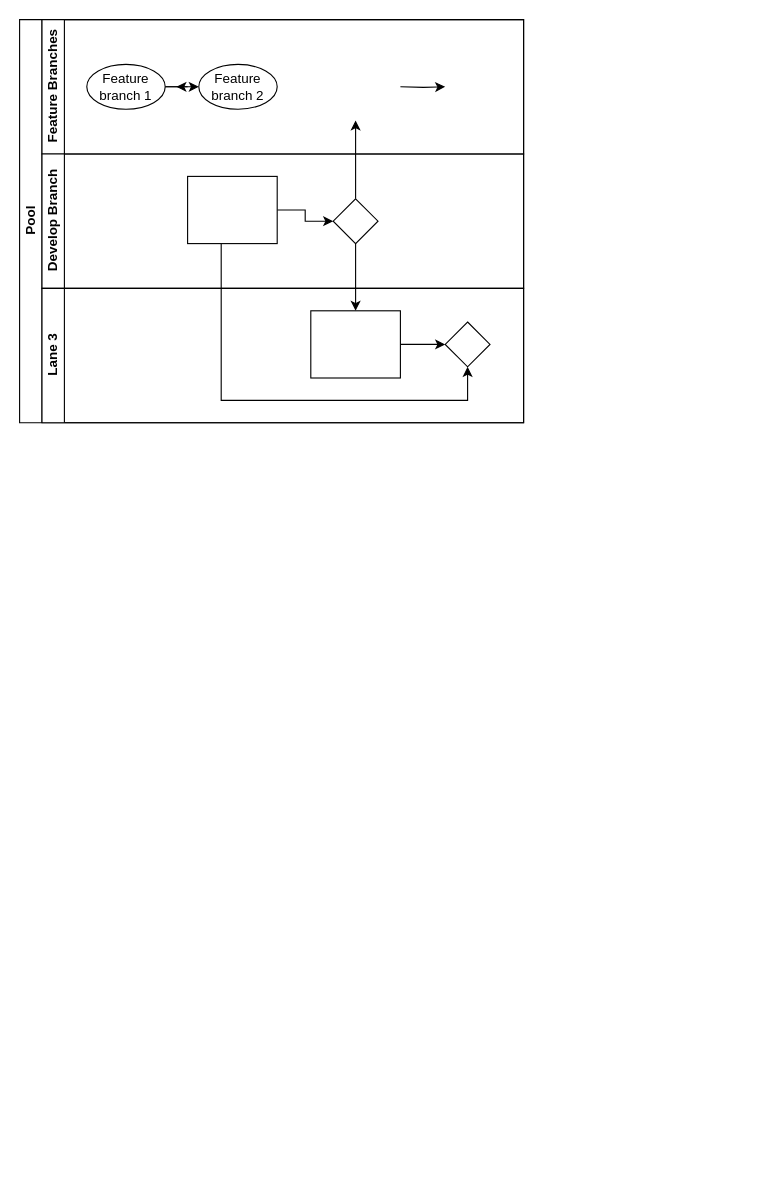
This is Untitled Diagram.drawio from rpesh2020/rpesh2020, a draw.io file, before an edit. Source tidied: cells renumbered, new cells numbered last; positions are measured from the earlier drawing's top-left corner, leaving out a move shared by most shapes. Both pictures are drawn from the tidied source at 112%, with x=0, y=0 at pixel (19, 19).
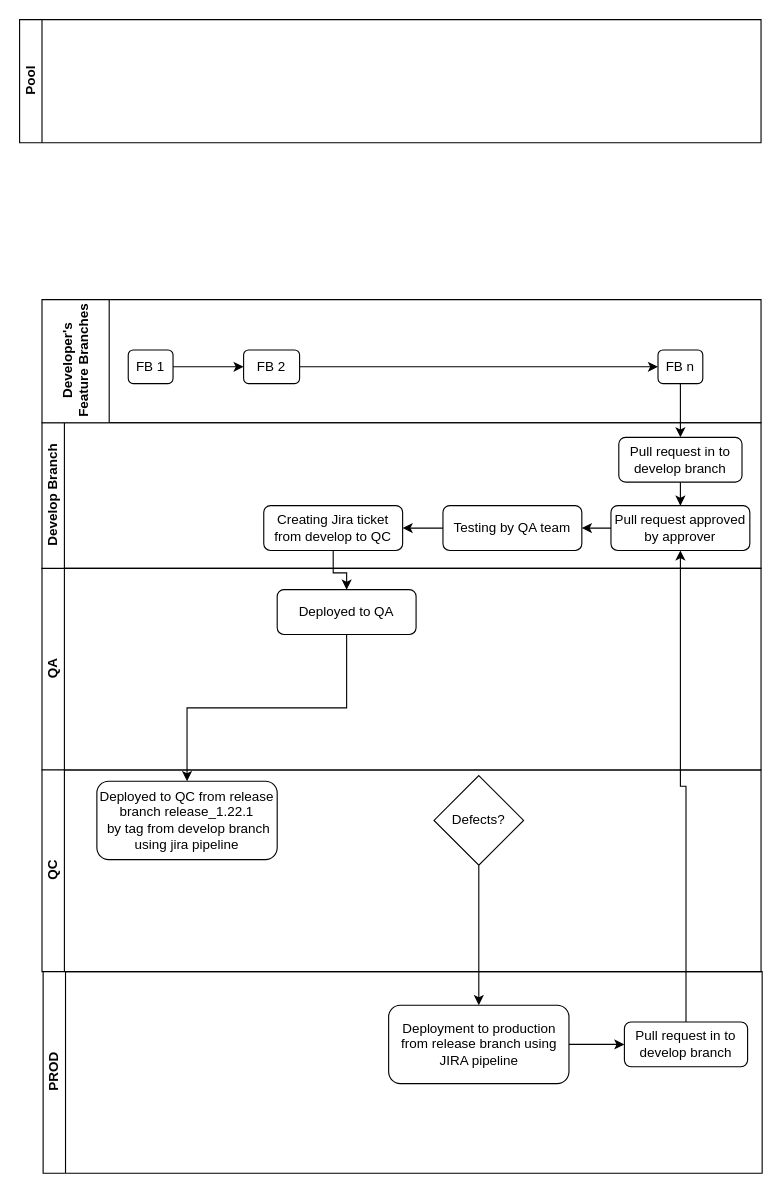
The same page after the edit.

Diff of the diagram source:
```diff
@@
     <mxCell id="2" value="Pool" style="swimlane;html=1;horizontal=0;startSize=20;" parent="1" vertex="1">
-      <mxGeometry width="450" height="360" as="geometry" />
+      <mxGeometry width="662" height="110" as="geometry" />
     </mxCell>
-    <mxCell id="3" style="edgeStyle=orthogonalEdgeStyle;rounded=0;jettySize=auto;html=1;endArrow=classic;endFill=1;" parent="2" edge="1" source="15">
-      <mxGeometry relative="1" as="geometry">
-        <mxPoint x="300" y="90" as="targetPoint" />
-      </mxGeometry>
-    </mxCell>
-    <mxCell id="4" style="edgeStyle=orthogonalEdgeStyle;rounded=0;jettySize=auto;html=1;endArrow=classic;endFill=1;" parent="2" edge="1" source="15" target="18">
-      <mxGeometry relative="1" as="geometry" />
-    </mxCell>
-    <mxCell id="5" style="edgeStyle=orthogonalEdgeStyle;rounded=0;jettySize=auto;html=1;endArrow=classic;endFill=1;" parent="2" edge="1" source="14" target="19">
-      <mxGeometry relative="1" as="geometry">
-        <Array as="points">
-          <mxPoint x="180" y="340" />
-          <mxPoint x="400" y="340" />
-        </Array>
-      </mxGeometry>
-    </mxCell>
-    <mxCell id="6" value="Feature Branches" style="swimlane;html=1;startSize=20;horizontal=0;" parent="2" vertex="1">
-      <mxGeometry x="20" width="430" height="120" as="geometry" />
-    </mxCell>
-    <mxCell id="7" style="edgeStyle=orthogonalEdgeStyle;rounded=0;jettySize=auto;html=1;" parent="6" edge="1" source="9">
-      <mxGeometry relative="1" as="geometry">
-        <mxPoint x="120" y="60" as="targetPoint" />
-      </mxGeometry>
-    </mxCell>
-    <mxCell id="8" style="edgeStyle=orthogonalEdgeStyle;rounded=0;jettySize=auto;html=1;" parent="6" edge="1" source="9" target="11">
-      <mxGeometry relative="1" as="geometry" />
-    </mxCell>
-    <mxCell id="9" value="Feature branch 1" style="ellipse;whiteSpace=wrap;html=1;" parent="6" vertex="1">
-      <mxGeometry x="40" y="40" width="70" height="40" as="geometry" />
-    </mxCell>
-    <mxCell id="10" style="edgeStyle=orthogonalEdgeStyle;rounded=0;orthogonalLoop=1;jettySize=auto;html=1;endArrow=classic;endFill=1;" parent="6" edge="1">
-      <mxGeometry relative="1" as="geometry">
-        <mxPoint x="320" y="60" as="sourcePoint" />
-        <mxPoint x="360" y="60" as="targetPoint" />
-      </mxGeometry>
-    </mxCell>
-    <mxCell id="11" value="Feature branch 2" style="ellipse;whiteSpace=wrap;html=1;" parent="6" vertex="1">
-      <mxGeometry x="140" y="40" width="70" height="40" as="geometry" />
-    </mxCell>
+    <mxCell id="20" value="QA" style="swimlane;html=1;startSize=20;horizontal=0;" parent="1" vertex="1">
+      <mxGeometry x="20" y="490" width="642" height="180" as="geometry" />
+    </mxCell>
+    <mxCell id="21" value="Deployed to QA" style="rounded=1;whiteSpace=wrap;html=1;" parent="20" vertex="1">
+      <mxGeometry x="210" y="19" width="124" height="40" as="geometry" />
+    </mxCell>
-    <mxCell id="12" value="Develop Branch" style="swimlane;html=1;startSize=20;horizontal=0;" parent="2" vertex="1">
-      <mxGeometry x="20" y="120" width="430" height="120" as="geometry" />
+    <mxCell id="12" value="Develop Branch" style="swimlane;html=1;startSize=20;horizontal=0;" parent="1" vertex="1">
+      <mxGeometry x="20" y="360" width="642" height="130" as="geometry" />
     </mxCell>
-    <mxCell id="13" style="edgeStyle=orthogonalEdgeStyle;rounded=0;jettySize=auto;html=1;endArrow=classic;endFill=1;" parent="12" edge="1" source="14" target="15">
-      <mxGeometry relative="1" as="geometry" />
-    </mxCell>
-    <mxCell id="14" style="rounded=0;whiteSpace=wrap;html=1;fontFamily=Helvetica;fontSize=12;fontColor=#000000;align=center;" parent="12" vertex="1">
-      <mxGeometry x="130" y="20" width="80" height="60" as="geometry" />
-    </mxCell>
-    <mxCell id="15" style="rhombus;whiteSpace=wrap;html=1;fontFamily=Helvetica;fontSize=12;fontColor=#000000;align=center;" parent="12" vertex="1">
-      <mxGeometry x="260" y="40" width="40" height="40" as="geometry" />
-    </mxCell>
-    <mxCell id="16" value="Lane 3" style="swimlane;html=1;startSize=20;horizontal=0;" parent="2" vertex="1">
-      <mxGeometry x="20" y="240" width="430" height="120" as="geometry" />
-    </mxCell>
-    <mxCell id="17" style="edgeStyle=orthogonalEdgeStyle;rounded=0;jettySize=auto;html=1;endArrow=classic;endFill=1;" parent="16" edge="1" source="18" target="19">
-      <mxGeometry relative="1" as="geometry" />
-    </mxCell>
-    <mxCell id="18" style="rounded=0;whiteSpace=wrap;html=1;fontFamily=Helvetica;fontSize=12;fontColor=#000000;align=center;" parent="16" vertex="1">
-      <mxGeometry x="240" y="20" width="80" height="60" as="geometry" />
-    </mxCell>
-    <mxCell id="19" style="rhombus;whiteSpace=wrap;html=1;fontFamily=Helvetica;fontSize=12;fontColor=#000000;align=center;" parent="16" vertex="1">
-      <mxGeometry x="360" y="30" width="40" height="40" as="geometry" />
-    </mxCell>
+    <mxCell id="22" style="edgeStyle=orthogonalEdgeStyle;rounded=0;jettySize=auto;html=1;" parent="12" edge="1" source="23" target="25">
+      <mxGeometry relative="1" as="geometry" />
+    </mxCell>
+    <mxCell id="23" value="Pull request in to develop branch" style="rounded=1;whiteSpace=wrap;html=1;" parent="12" vertex="1">
+      <mxGeometry x="515" y="13" width="110" height="40" as="geometry" />
+    </mxCell>
+    <mxCell id="24" style="edgeStyle=orthogonalEdgeStyle;rounded=0;jettySize=auto;html=1;" parent="12" edge="1" source="25" target="27">
+      <mxGeometry relative="1" as="geometry" />
+    </mxCell>
+    <mxCell id="25" value="Pull request approved by approver" style="rounded=1;whiteSpace=wrap;html=1;" parent="12" vertex="1">
+      <mxGeometry x="508" y="74" width="124" height="40" as="geometry" />
+    </mxCell>
+    <mxCell id="26" style="edgeStyle=orthogonalEdgeStyle;rounded=0;jettySize=auto;html=1;" parent="12" edge="1" source="27" target="28">
+      <mxGeometry relative="1" as="geometry" />
+    </mxCell>
+    <mxCell id="27" value="Testing by QA team" style="rounded=1;whiteSpace=wrap;html=1;" parent="12" vertex="1">
+      <mxGeometry x="358" y="74" width="124" height="40" as="geometry" />
+    </mxCell>
+    <mxCell id="28" value="Creating Jira ticket from develop to QC" style="rounded=1;whiteSpace=wrap;html=1;" parent="12" vertex="1">
+      <mxGeometry x="198" y="74" width="124" height="40" as="geometry" />
+    </mxCell>
+    <mxCell id="29" value="Developer's&lt;br&gt;Feature Branches" style="swimlane;html=1;startSize=60;horizontal=0;" parent="1" vertex="1">
+      <mxGeometry x="20" y="250" width="642" height="110" as="geometry" />
+    </mxCell>
+    <mxCell id="30" style="edgeStyle=orthogonalEdgeStyle;rounded=0;jettySize=auto;html=1;" parent="29" edge="1" source="31" target="33">
+      <mxGeometry relative="1" as="geometry" />
+    </mxCell>
+    <mxCell id="31" value="FB 1" style="rounded=1;whiteSpace=wrap;html=1;" parent="29" vertex="1">
+      <mxGeometry x="77" y="45" width="40" height="30" as="geometry" />
+    </mxCell>
+    <mxCell id="32" style="edgeStyle=orthogonalEdgeStyle;rounded=0;jettySize=auto;html=1;entryX=0;entryY=0.5;entryDx=0;entryDy=0;" parent="29" edge="1" source="33" target="34">
+      <mxGeometry relative="1" as="geometry" />
+    </mxCell>
+    <mxCell id="33" value="FB 2" style="rounded=1;whiteSpace=wrap;html=1;" parent="29" vertex="1">
+      <mxGeometry x="180" y="45" width="50" height="30" as="geometry" />
+    </mxCell>
+    <mxCell id="34" value="FB n" style="rounded=1;whiteSpace=wrap;html=1;" parent="29" vertex="1">
+      <mxGeometry x="550" y="45" width="40" height="30" as="geometry" />
+    </mxCell>
+    <mxCell id="35" style="edgeStyle=orthogonalEdgeStyle;rounded=0;jettySize=auto;html=1;" parent="1" edge="1" source="34" target="23">
+      <mxGeometry relative="1" as="geometry" />
+    </mxCell>
+    <mxCell id="36" value="QC" style="swimlane;html=1;startSize=20;horizontal=0;" parent="1" vertex="1">
+      <mxGeometry x="20" y="670" width="642" height="180" as="geometry" />
+    </mxCell>
+    <mxCell id="37" value="Deployed to QC from release branch release_1.22.1&lt;br&gt;&amp;nbsp;by tag from develop branch using jira pipeline" style="rounded=1;whiteSpace=wrap;html=1;" parent="36" vertex="1">
+      <mxGeometry x="49" y="10" width="161" height="70" as="geometry" />
+    </mxCell>
+    <mxCell id="38" value="Defects?" style="rhombus;whiteSpace=wrap;html=1;" parent="36" vertex="1">
+      <mxGeometry x="350" y="5" width="80" height="80" as="geometry" />
+    </mxCell>
+    <mxCell id="39" value="PROD" style="swimlane;html=1;startSize=20;horizontal=0;" parent="1" vertex="1">
+      <mxGeometry x="21" y="850" width="642" height="180" as="geometry" />
+    </mxCell>
+    <mxCell id="40" style="edgeStyle=orthogonalEdgeStyle;rounded=0;jettySize=auto;html=1;" parent="39" edge="1" source="41" target="42">
+      <mxGeometry relative="1" as="geometry" />
+    </mxCell>
+    <mxCell id="41" value="Deployment to production from release branch using JIRA pipeline" style="rounded=1;whiteSpace=wrap;html=1;" parent="39" vertex="1">
+      <mxGeometry x="308.5" y="30" width="161" height="70" as="geometry" />
+    </mxCell>
+    <mxCell id="42" value="Pull request in to develop branch" style="rounded=1;whiteSpace=wrap;html=1;" parent="39" vertex="1">
+      <mxGeometry x="519" y="45" width="110" height="40" as="geometry" />
+    </mxCell>
+    <mxCell id="43" style="edgeStyle=orthogonalEdgeStyle;rounded=0;jettySize=auto;html=1;" parent="1" edge="1" source="42" target="25">
+      <mxGeometry relative="1" as="geometry" />
+    </mxCell>
+    <mxCell id="44" style="edgeStyle=orthogonalEdgeStyle;rounded=0;jettySize=auto;html=1;" parent="1" edge="1" source="28" target="21">
+      <mxGeometry relative="1" as="geometry" />
+    </mxCell>
+    <mxCell id="45" style="edgeStyle=orthogonalEdgeStyle;rounded=0;jettySize=auto;html=1;" parent="1" edge="1" source="21" target="37">
+      <mxGeometry relative="1" as="geometry" />
+    </mxCell>
+    <mxCell id="46" style="edgeStyle=orthogonalEdgeStyle;rounded=0;jettySize=auto;html=1;" parent="1" edge="1" source="38" target="41">
+      <mxGeometry relative="1" as="geometry" />
+    </mxCell>
```
